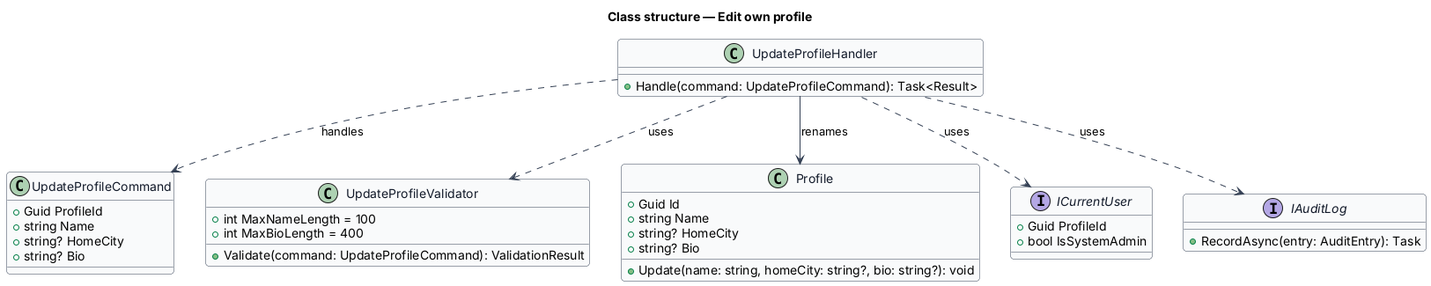
Earlier version of the PlantUML export docs/detailed-designs/profiles/edit-own-profile/diagrams/class-structure.png (QuinntyneBrown/faithtech-community). Source of this version:
```plantuml
@startuml
skinparam backgroundColor #FFFFFF
skinparam shadowing false
skinparam roundcorner 8
skinparam defaultFontName Arial
skinparam ArrowColor #344054
skinparam class {
  BorderColor #344054
  FontColor #101828
  BackgroundColor #F9FAFB
}
title Class structure — Edit own profile

class UpdateProfileCommand {
  +Guid ProfileId
  +string Name
  +string? HomeCity
  +string? Bio
}
class UpdateProfileValidator {
  +int MaxNameLength = 100
  +int MaxBioLength = 400
  +Validate(command: UpdateProfileCommand): ValidationResult
}
class UpdateProfileHandler {
  +Handle(command: UpdateProfileCommand): Task<Result>
}
class Profile {
  +Guid Id
  +string Name
  +string? HomeCity
  +string? Bio
  +Update(name: string, homeCity: string?, bio: string?): void
}
interface ICurrentUser {
  +Guid ProfileId
  +bool IsSystemAdmin
}
interface IAuditLog {
  +RecordAsync(entry: AuditEntry): Task
}
UpdateProfileHandler ..> UpdateProfileCommand : handles
UpdateProfileHandler ..> UpdateProfileValidator : uses
UpdateProfileHandler ..> ICurrentUser : uses
UpdateProfileHandler ..> IAuditLog : uses
UpdateProfileHandler --> Profile : renames
@enduml
```
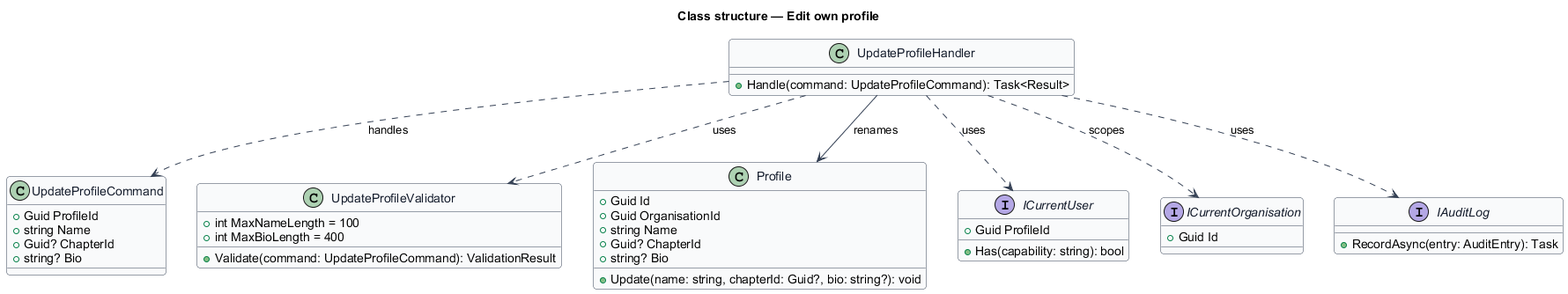
After the change.

Diff of the diagram source:
```diff
@@ -14,7 +14,7 @@
 class UpdateProfileCommand {
   +Guid ProfileId
   +string Name
-  +string? HomeCity
+  +Guid? ChapterId
   +string? Bio
 }
 class UpdateProfileValidator {
@@ -27,21 +27,27 @@
 }
 class Profile {
   +Guid Id
+  +Guid OrganisationId
   +string Name
-  +string? HomeCity
+  +Guid? ChapterId
   +string? Bio
-  +Update(name: string, homeCity: string?, bio: string?): void
+  +Update(name: string, chapterId: Guid?, bio: string?): void
 }
 interface ICurrentUser {
   +Guid ProfileId
-  +bool IsSystemAdmin
+  +Has(capability: string): bool
 }
+interface ICurrentOrganisation {
+  +Guid Id
+}
+
 interface IAuditLog {
   +RecordAsync(entry: AuditEntry): Task
 }
 UpdateProfileHandler ..> UpdateProfileCommand : handles
 UpdateProfileHandler ..> UpdateProfileValidator : uses
 UpdateProfileHandler ..> ICurrentUser : uses
+UpdateProfileHandler ..> ICurrentOrganisation : scopes
 UpdateProfileHandler ..> IAuditLog : uses
 UpdateProfileHandler --> Profile : renames
 @enduml
```
